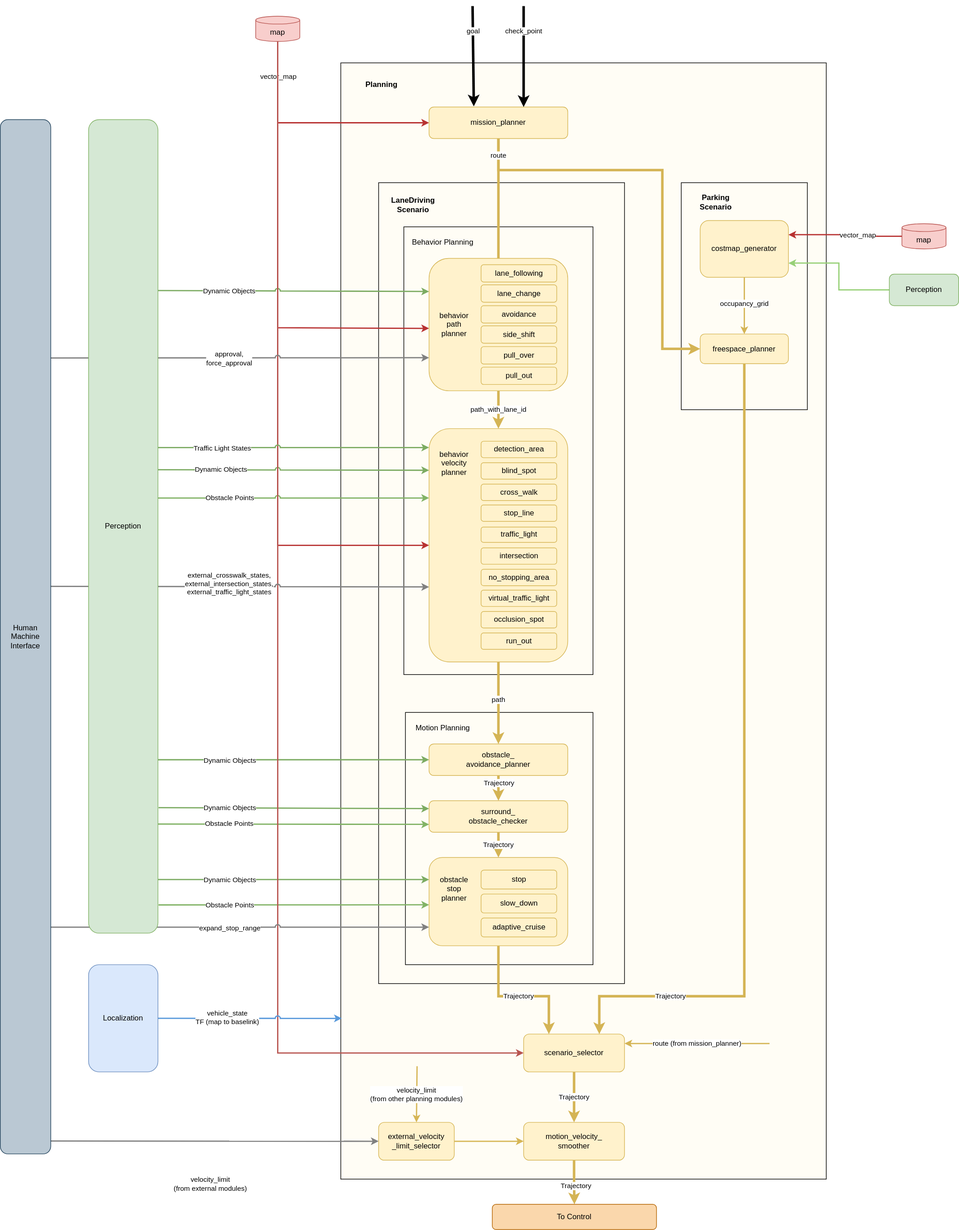
This is docs/design/autoware-architecture/planning/image/planning-diagram.drawio.svg from autowarefoundation/autoware-documentation, a draw.io export, as it was before one commit. Source tidied: cells renumbered, new cells last; positions are measured from the earlier drawing's top-left corner, leaving out a move shared by most shapes.
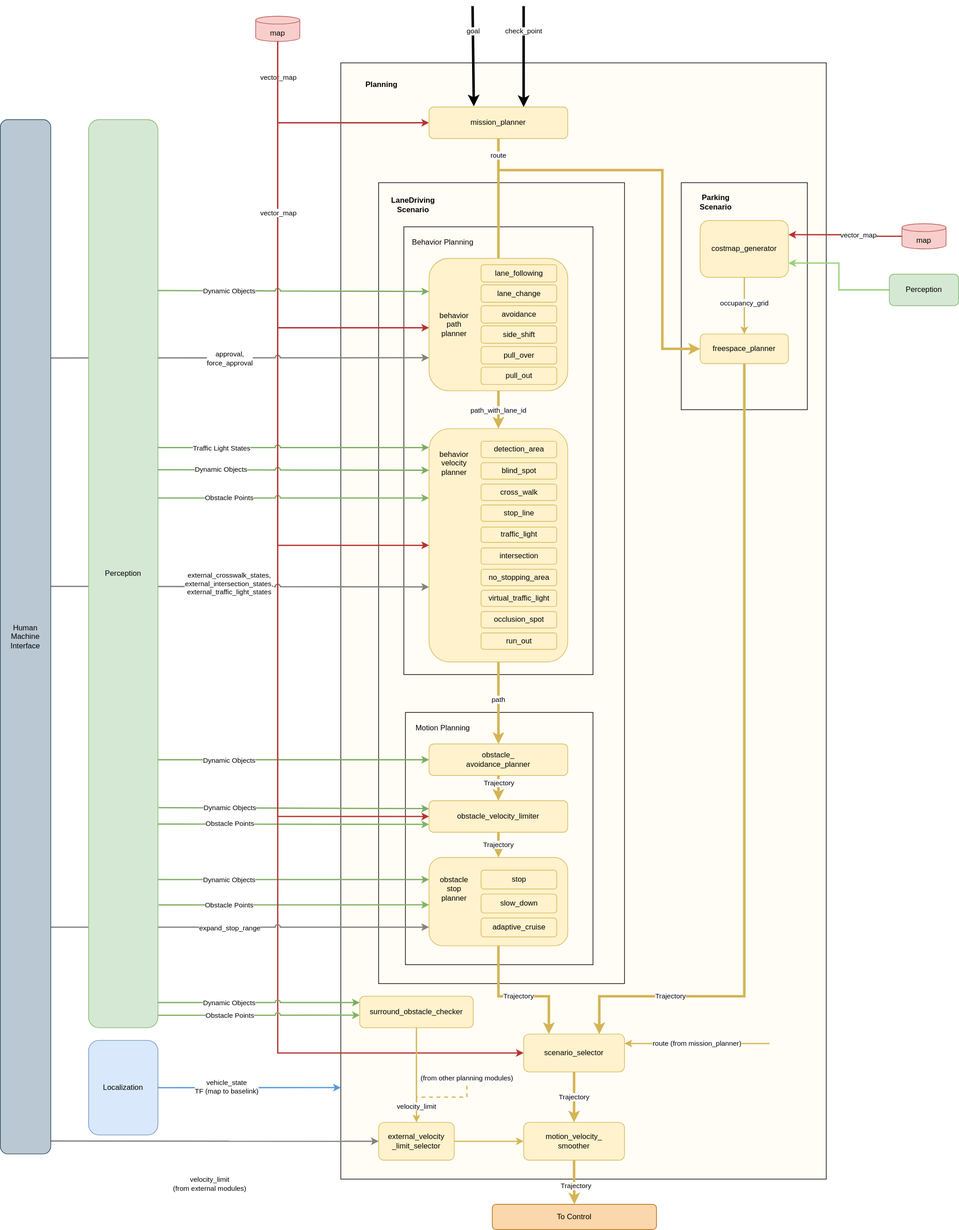
The same file after the commit.

Commit message:
docs: update diagrams for new 'obstacle_velocity_limiter' planning node (#237)

What changed in the source:
```diff
@@ -58,7 +58,7 @@
     <mxCell id="17" value="Trajectory" style="edgeStyle=none;rounded=0;comic=0;jettySize=auto;html=1;exitX=0.5;exitY=1;exitDx=0;exitDy=0;entryX=0.5;entryY=0;entryDx=0;entryDy=0;startArrow=none;startFill=0;strokeColor=#D4B455;strokeWidth=4;" parent="1" edge="1" source="18" target="21">
       <mxGeometry relative="1" as="geometry" />
     </mxCell>
-    <mxCell id="18" value="surround_&lt;br&gt;obstacle_checker" style="rounded=1;whiteSpace=wrap;html=1;comic=0;fillColor=#fff2cc;strokeColor=#d6b656;sketch=0;shadow=0;" parent="1" vertex="1">
+    <mxCell id="18" value="obstacle_velocity_limiter" style="rounded=1;whiteSpace=wrap;html=1;comic=0;fillColor=#fff2cc;strokeColor=#d6b656;sketch=0;shadow=0;" parent="1" vertex="1">
       <mxGeometry x="680" y="1260" width="220" height="50" as="geometry" />
     </mxCell>
     <mxCell id="19" style="edgeStyle=orthogonalEdgeStyle;rounded=0;comic=0;jettySize=auto;html=1;entryX=0.25;entryY=0;entryDx=0;entryDy=0;strokeColor=#D4B455;strokeWidth=4;exitX=0.5;exitY=1;exitDx=0;exitDy=0;" parent="1" edge="1" source="21" target="23">
@@ -276,7 +276,7 @@
     <mxCell id="65" value="map" style="shape=cylinder3;whiteSpace=wrap;html=1;boundedLbl=1;backgroundOutline=1;size=6.231516520182296;sketch=0;verticalAlign=top;fillColor=#f8cecc;strokeColor=#b85450;" parent="1" vertex="1">
       <mxGeometry x="1430" y="345" width="70" height="40" as="geometry" />
     </mxCell>
-    <mxCell id="66" style="edgeStyle=orthogonalEdgeStyle;html=1;entryX=0;entryY=0.5;entryDx=0;entryDy=0;strokeWidth=2;rounded=0;fillColor=#f8cecc;strokeColor=#b85450;" parent="1" edge="1" source="67" target="23">
+    <mxCell id="66" style="edgeStyle=orthogonalEdgeStyle;html=1;entryX=0;entryY=0.5;entryDx=0;entryDy=0;strokeWidth=2;rounded=0;fillColor=#f8cecc;strokeColor=#B83232;" parent="1" edge="1" source="67" target="23">
       <mxGeometry relative="1" as="geometry">
         <Array as="points">
           <mxPoint x="440" y="1660" />
@@ -286,16 +286,14 @@
     <mxCell id="67" value="map" style="shape=cylinder3;whiteSpace=wrap;html=1;boundedLbl=1;backgroundOutline=1;size=6.231516520182296;sketch=0;verticalAlign=top;fillColor=#f8cecc;strokeColor=#b85450;" parent="1" vertex="1">
       <mxGeometry x="405" y="16" width="70" height="40" as="geometry" />
     </mxCell>
-    <mxCell id="68" style="edgeStyle=none;rounded=1;comic=0;jumpStyle=arc;jettySize=auto;html=1;entryX=0.002;entryY=0.935;entryDx=0;entryDy=0;entryPerimeter=0;fontColor=#000000;strokeWidth=2;strokeColor=#5899DB;" parent="1" edge="1" source="70">
-      <mxGeometry relative="1" as="geometry">
-        <mxPoint x="541.5" y="1605.2" as="targetPoint" />
-      </mxGeometry>
+    <mxCell id="68" style="edgeStyle=none;rounded=1;comic=0;jumpStyle=arc;jettySize=auto;html=1;entryX=0;entryY=0.918;entryDx=0;entryDy=0;entryPerimeter=0;fontColor=#000000;strokeWidth=2;strokeColor=#5899DB;" parent="1" edge="1" source="70" target="2">
+      <mxGeometry relative="1" as="geometry" />
     </mxCell>
     <mxCell id="69" value="vehicle_state&lt;br&gt;TF (map to baselink)" style="edgeLabel;html=1;align=center;verticalAlign=middle;fontColor=#000000;" parent="68" vertex="1">
       <mxGeometry x="-0.25" y="2" relative="1" as="geometry" />
     </mxCell>
     <mxCell id="70" value="&lt;div style=&quot;text-align: left&quot;&gt;Localization&lt;/div&gt;" style="rounded=1;whiteSpace=wrap;html=1;comic=0;fillColor=#dae8fc;strokeColor=#6c8ebf;sketch=0;shadow=0;" parent="1" vertex="1">
-      <mxGeometry x="140" y="1520" width="110" height="170" as="geometry" />
+      <mxGeometry x="140" y="1640" width="110" height="150" as="geometry" />
     </mxCell>
     <mxCell id="71" style="rounded=0;comic=0;jumpStyle=arc;jettySize=auto;html=1;entryX=0;entryY=0.75;entryDx=0;entryDy=0;fontColor=#000000;strokeColor=#808080;strokeWidth=2;" parent="1" edge="1" target="12">
       <mxGeometry relative="1" as="geometry">
@@ -344,7 +342,7 @@
       </mxGeometry>
     </mxCell>
     <mxCell id="80" value="Perception" style="rounded=1;whiteSpace=wrap;html=1;comic=0;fillColor=#d5e8d4;strokeColor=#82b366;sketch=0;shadow=0;" parent="1" vertex="1">
-      <mxGeometry x="140" y="180" width="110" height="1290" as="geometry" />
+      <mxGeometry x="140" y="180" width="110" height="1440" as="geometry" />
     </mxCell>
     <mxCell id="81" style="rounded=0;comic=0;jumpStyle=arc;jettySize=auto;html=1;fontColor=#000000;strokeColor=#808080;strokeWidth=2;entryX=0;entryY=0.5;entryDx=0;entryDy=0;" parent="1" edge="1" target="87">
       <mxGeometry relative="1" as="geometry">
@@ -371,10 +369,8 @@
     <mxCell id="87" value="external_velocity&lt;br&gt;_limit_selector" style="rounded=1;whiteSpace=wrap;html=1;fillColor=#fff2cc;strokeColor=#d6b656;" parent="1" vertex="1">
       <mxGeometry x="600" y="1770" width="120" height="60" as="geometry" />
     </mxCell>
-    <mxCell id="88" value="velocity_limit&lt;br&gt;(from other planning modules)" style="endArrow=classic;html=1;strokeWidth=2;entryX=0.5;entryY=0;entryDx=0;entryDy=0;fillColor=#fff2cc;strokeColor=#d6b656;" parent="1" edge="1" target="87">
-      <mxGeometry relative="1" as="geometry">
-        <mxPoint x="661" y="1681" as="sourcePoint" />
-      </mxGeometry>
+    <mxCell id="88" value="velocity_limit&lt;br&gt;" style="endArrow=classic;html=1;strokeWidth=2;entryX=0.5;entryY=0;entryDx=0;entryDy=0;fillColor=#fff2cc;strokeColor=#d6b656;" parent="1" edge="1" source="108" target="87">
+      <mxGeometry x="0.67" relative="1" as="geometry" />
     </mxCell>
     <mxCell id="89" value="avoidance" style="rounded=1;whiteSpace=wrap;html=1;comic=0;fillColor=#fff2cc;strokeColor=#d6b656;sketch=0;shadow=0;" parent="1" vertex="1">
       <mxGeometry x="762.5" y="475" width="120" height="27.5" as="geometry" />
@@ -430,5 +426,51 @@
         <mxPoint x="830" y="160" as="targetPoint" />
       </mxGeometry>
     </mxCell>
+    <mxCell id="106" style="edgeStyle=orthogonalEdgeStyle;rounded=0;comic=0;jettySize=auto;html=1;fontColor=#666666;strokeWidth=2;strokeColor=#B83232;entryX=0;entryY=0.5;entryDx=0;entryDy=0;" parent="1" edge="1" source="67" target="18">
+      <mxGeometry relative="1" as="geometry">
+        <Array as="points">
+          <mxPoint x="440" y="1285" />
+        </Array>
+      </mxGeometry>
+    </mxCell>
+    <mxCell id="107" value="vector_map" style="edgeLabel;html=1;align=center;verticalAlign=middle;fontColor=#000000;" parent="106" vertex="1">
+      <mxGeometry x="-0.44" y="1" relative="1" as="geometry">
+        <mxPoint x="-1" y="-138" as="offset" />
+      </mxGeometry>
+    </mxCell>
+    <mxCell id="108" value="surround_obstacle_checker" style="rounded=1;whiteSpace=wrap;html=1;comic=0;fillColor=#fff2cc;strokeColor=#d6b656;sketch=0;shadow=0;" parent="1" vertex="1">
+      <mxGeometry x="570" y="1570" width="180" height="50" as="geometry" />
+    </mxCell>
+    <mxCell id="109" value="(from other planning modules)" style="endArrow=none;html=1;strokeWidth=2;fillColor=#fff2cc;strokeColor=#d6b656;dashed=1;rounded=0;endFill=0;" parent="1" edge="1">
+      <mxGeometry x="-1" relative="1" as="geometry">
+        <mxPoint x="740" y="1700" as="sourcePoint" />
+        <mxPoint x="660" y="1730" as="targetPoint" />
+        <Array as="points">
+          <mxPoint x="740" y="1730" />
+        </Array>
+      </mxGeometry>
+    </mxCell>
+    <mxCell id="110" style="edgeStyle=none;rounded=1;comic=0;jumpStyle=arc;orthogonalLoop=1;jettySize=auto;html=1;fontColor=#000000;strokeWidth=2;strokeColor=#82b366;fillColor=#d5e8d4;" parent="1" edge="1">
+      <mxGeometry relative="1" as="geometry">
+        <mxPoint x="250" y="1600.2" as="sourcePoint" />
+        <mxPoint x="570" y="1600" as="targetPoint" />
+      </mxGeometry>
+    </mxCell>
+    <mxCell id="111" value="Obstacle Points" style="edgeLabel;html=1;align=center;verticalAlign=middle;fontColor=#000000;" parent="110" vertex="1">
+      <mxGeometry x="-0.23" y="-2" relative="1" as="geometry">
+        <mxPoint x="-10" y="-2" as="offset" />
+      </mxGeometry>
+    </mxCell>
+    <mxCell id="112" style="rounded=0;comic=0;orthogonalLoop=1;jettySize=auto;html=1;fontColor=#000000;strokeWidth=2;strokeColor=#7CAB62;jumpStyle=arc;" parent="1" edge="1">
+      <mxGeometry relative="1" as="geometry">
+        <mxPoint x="250" y="1580" as="sourcePoint" />
+        <mxPoint x="570" y="1580" as="targetPoint" />
+      </mxGeometry>
+    </mxCell>
+    <mxCell id="113" value="Dynamic Objects" style="edgeLabel;html=1;align=center;verticalAlign=middle;fontColor=#000000;" parent="112" vertex="1">
+      <mxGeometry x="-0.64" y="3" relative="1" as="geometry">
+        <mxPoint x="55" y="3" as="offset" />
+      </mxGeometry>
+    </mxCell>
   </root>
 </mxGraphModel>
```
